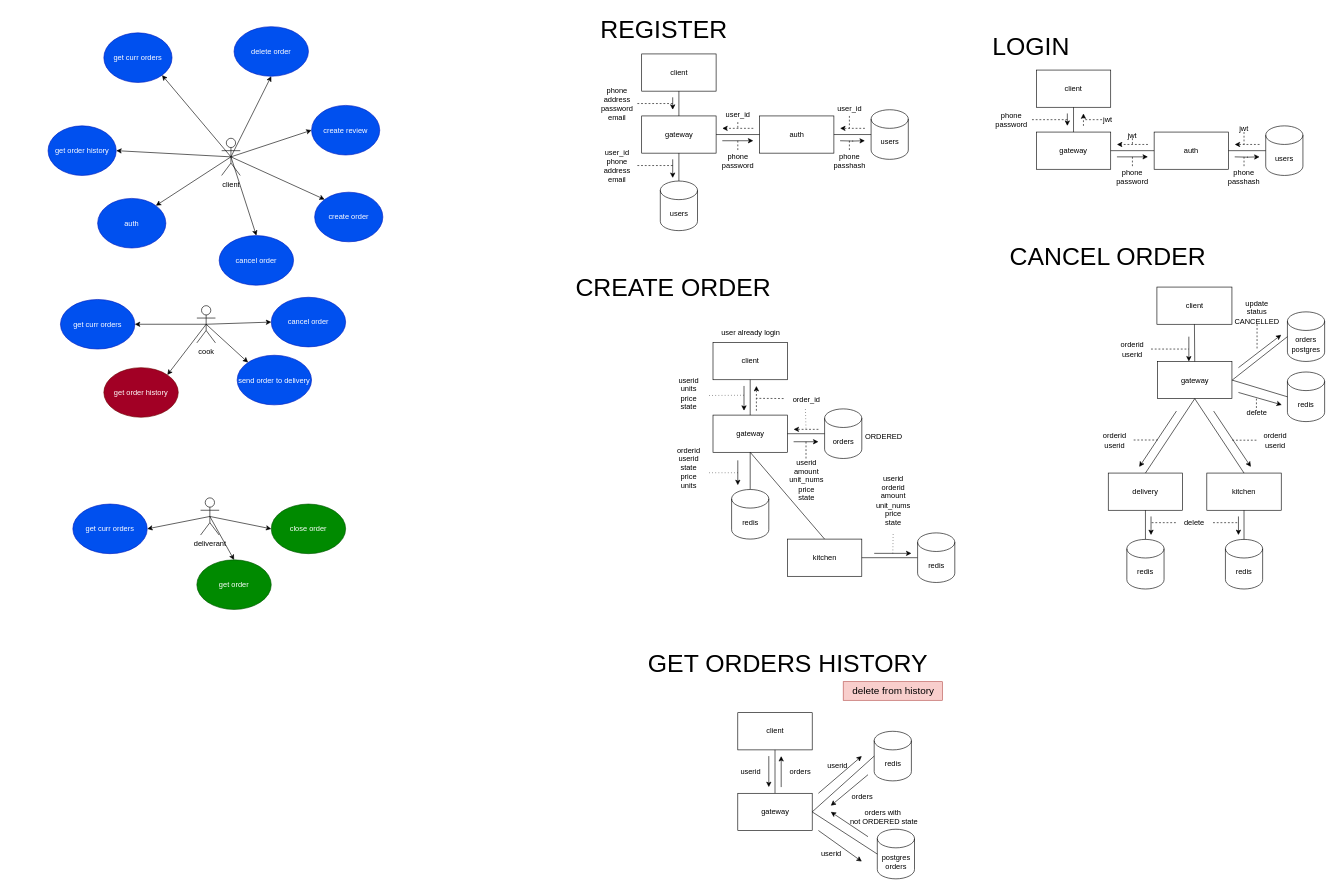
Above: schemas/reqs.drawio in eeQuillibrium/Pizza (draw.io), before the change. Source tidied: cells renumbered, new cells numbered last; positions are measured from the earlier drawing's top-left corner, leaving out a move shared by most shapes. Both pictures are drawn from the tidied source at 62%, with x=0, y=0 at pixel (48, 11).
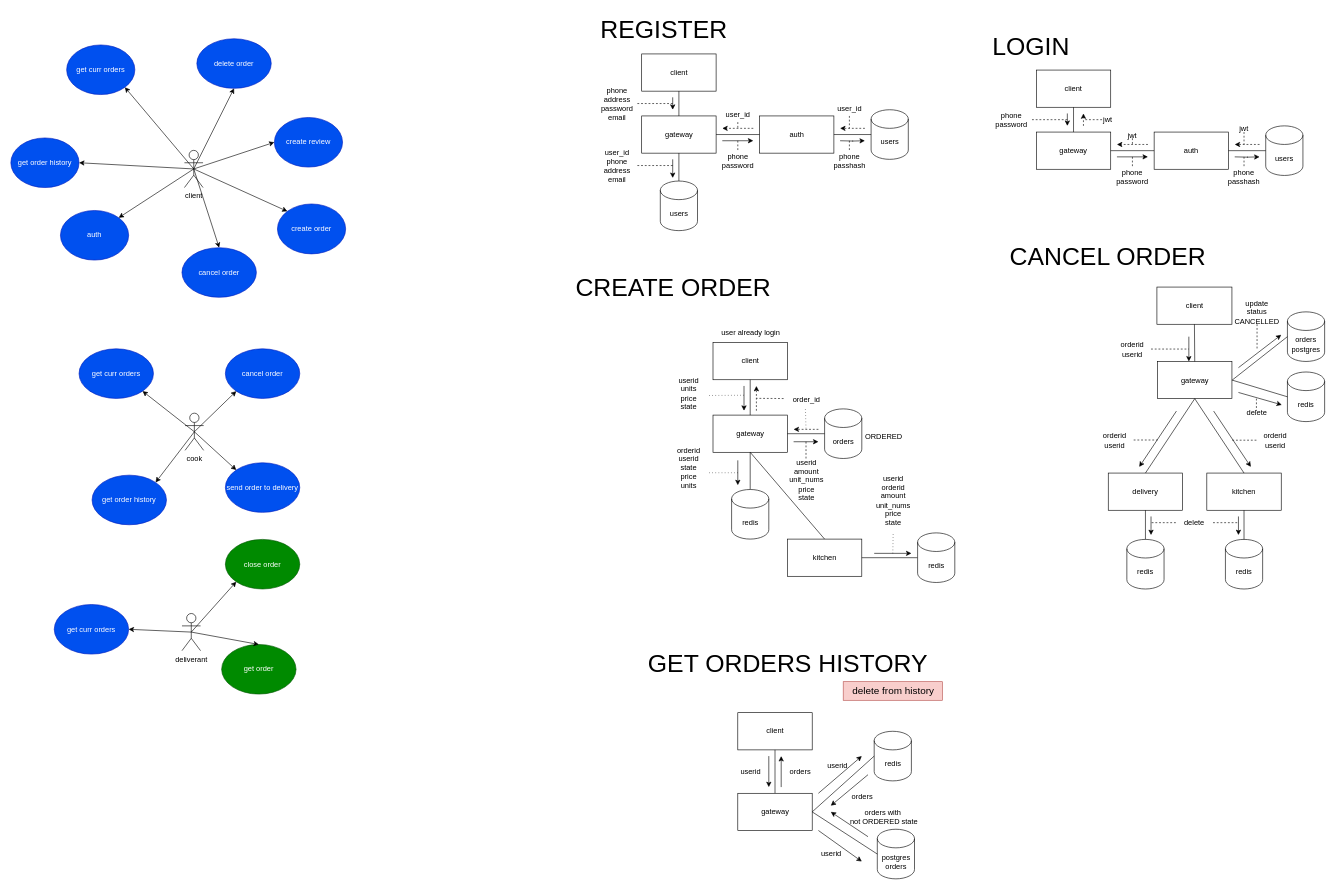
Above is the later version.

What changed in the source:
```diff
@@
     <mxCell id="2" value="client" style="shape=umlActor;verticalLabelPosition=bottom;verticalAlign=top;html=1;outlineConnect=0;" parent="1" vertex="1">
-      <mxGeometry x="280" y="205.5" width="30" height="60" as="geometry" />
+      <mxGeometry x="220" y="225" width="30" height="60" as="geometry" />
     </mxCell>
     <mxCell id="3" value="auth" style="ellipse;whiteSpace=wrap;html=1;fillColor=#0050ef;fontColor=#ffffff;strokeColor=#001DBC;" parent="1" vertex="1">
-      <mxGeometry x="80" y="302.5" width="110" height="80" as="geometry" />
+      <mxGeometry x="20" y="322" width="110" height="80" as="geometry" />
     </mxCell>
     <mxCell id="4" value="create order" style="ellipse;whiteSpace=wrap;html=1;fillColor=#0050ef;strokeColor=#001DBC;fontColor=#ffffff;" parent="1" vertex="1">
-      <mxGeometry x="430" y="292.5" width="110" height="80" as="geometry" />
+      <mxGeometry x="370" y="311.5" width="110" height="80.5" as="geometry" />
     </mxCell>
     <mxCell id="5" value="cancel order" style="ellipse;whiteSpace=wrap;html=1;fillColor=#0050ef;fontColor=#ffffff;strokeColor=#001DBC;" parent="1" vertex="1">
-      <mxGeometry x="276" y="362.5" width="120" height="80" as="geometry" />
+      <mxGeometry x="216" y="382" width="120" height="80" as="geometry" />
     </mxCell>
     <mxCell id="6" value="get order history" style="ellipse;whiteSpace=wrap;html=1;fillColor=#0050ef;fontColor=#ffffff;strokeColor=#001DBC;" parent="1" vertex="1">
-      <mxGeometry y="185.5" width="110" height="80" as="geometry" />
+      <mxGeometry x="-60" y="205" width="110" height="80" as="geometry" />
     </mxCell>
     <mxCell id="7" value="get curr orders" style="ellipse;whiteSpace=wrap;html=1;fillColor=#0050ef;fontColor=#ffffff;strokeColor=#001DBC;" parent="1" vertex="1">
-      <mxGeometry x="90" y="35.5" width="110" height="80" as="geometry" />
+      <mxGeometry x="30" y="55" width="110" height="80" as="geometry" />
     </mxCell>
     <mxCell id="8" value="create review" style="ellipse;whiteSpace=wrap;html=1;fillColor=#0050ef;fontColor=#ffffff;strokeColor=#001DBC;" parent="1" vertex="1">
-      <mxGeometry x="425" y="152.5" width="110" height="80" as="geometry" />
+      <mxGeometry x="365" y="172" width="110" height="80" as="geometry" />
     </mxCell>
@@
     <mxCell id="15" value="cook&lt;div&gt;&lt;br&gt;&lt;/div&gt;" style="shape=umlActor;verticalLabelPosition=bottom;verticalAlign=top;html=1;outlineConnect=0;" parent="1" vertex="1">
-      <mxGeometry x="240" y="475.5" width="30" height="60" as="geometry" />
+      <mxGeometry x="221" y="648.9" width="30" height="60" as="geometry" />
     </mxCell>
     <mxCell id="16" value="get curr orders" style="ellipse;whiteSpace=wrap;html=1;fillColor=#0050ef;fontColor=#ffffff;strokeColor=#001DBC;" parent="1" vertex="1">
-      <mxGeometry x="20" y="465.5" width="120" height="80" as="geometry" />
+      <mxGeometry x="50" y="545.1" width="120" height="80" as="geometry" />
     </mxCell>
-    <mxCell id="17" style="endArrow=classic;html=1;rounded=0;exitX=0.5;exitY=0.5;exitDx=0;exitDy=0;exitPerimeter=0;entryX=1;entryY=0.5;entryDx=0;entryDy=0;" parent="1" edge="1" source="15" target="16">
+    <mxCell id="17" style="endArrow=classic;html=1;rounded=0;exitX=0.5;exitY=0.5;exitDx=0;exitDy=0;exitPerimeter=0;entryX=1;entryY=1;entryDx=0;entryDy=0;" parent="1" edge="1" source="15" target="16">
       <mxGeometry relative="1" as="geometry" />
     </mxCell>
-    <mxCell id="18" value="get order history" style="ellipse;whiteSpace=wrap;html=1;fillColor=#a20025;fontColor=#ffffff;strokeColor=#6F0000;" parent="1" vertex="1">
-      <mxGeometry x="90" y="575.5" width="120" height="80" as="geometry" />
+    <mxCell id="18" value="get order history" style="ellipse;whiteSpace=wrap;html=1;fillColor=#0050ef;fontColor=#ffffff;strokeColor=#001DBC;" parent="1" vertex="1">
+      <mxGeometry x="71" y="748.9" width="120" height="80" as="geometry" />
     </mxCell>
@@
     <mxCell id="20" value="send order to delivery" style="ellipse;whiteSpace=wrap;html=1;fillColor=#0050ef;fontColor=#ffffff;strokeColor=#001DBC;" parent="1" vertex="1">
-      <mxGeometry x="305" y="555.5" width="120" height="80" as="geometry" />
+      <mxGeometry x="286" y="728.9" width="120" height="80" as="geometry" />
     </mxCell>
@@
     <mxCell id="22" value="cancel order" style="ellipse;whiteSpace=wrap;html=1;fillColor=#0050ef;fontColor=#ffffff;strokeColor=#001DBC;" parent="1" vertex="1">
-      <mxGeometry x="360" y="462" width="120" height="80" as="geometry" />
+      <mxGeometry x="286" y="545.1" width="120" height="80" as="geometry" />
     </mxCell>
-    <mxCell id="23" style="endArrow=classic;html=1;rounded=0;exitX=0.5;exitY=0.5;exitDx=0;exitDy=0;exitPerimeter=0;entryX=0;entryY=0.5;entryDx=0;entryDy=0;" parent="1" edge="1" source="15" target="22">
+    <mxCell id="23" style="endArrow=classic;html=1;rounded=0;exitX=0.5;exitY=0.5;exitDx=0;exitDy=0;exitPerimeter=0;entryX=0;entryY=1;entryDx=0;entryDy=0;" parent="1" edge="1" source="15" target="22">
       <mxGeometry relative="1" as="geometry" />
     </mxCell>
     <mxCell id="24" value="deliverant" style="shape=umlActor;verticalLabelPosition=bottom;verticalAlign=top;html=1;outlineConnect=0;" parent="1" vertex="1">
-      <mxGeometry x="246" y="785.5" width="30" height="60" as="geometry" />
+      <mxGeometry x="216" y="972" width="30" height="60" as="geometry" />
     </mxCell>
     <mxCell id="25" value="get curr orders" style="ellipse;whiteSpace=wrap;html=1;fillColor=#0050ef;fontColor=#ffffff;strokeColor=#001DBC;" parent="1" vertex="1">
-      <mxGeometry x="40" y="795.5" width="120" height="80" as="geometry" />
+      <mxGeometry x="10" y="957.5" width="120" height="80" as="geometry" />
     </mxCell>
@@
     <mxCell id="27" value="get order" style="ellipse;whiteSpace=wrap;html=1;fillColor=#008a00;fontColor=#ffffff;strokeColor=#005700;" parent="1" vertex="1">
-      <mxGeometry x="240" y="885.5" width="120" height="80" as="geometry" />
+      <mxGeometry x="280" y="1022" width="120" height="80" as="geometry" />
     </mxCell>
@@
     <mxCell id="29" value="close order" style="ellipse;whiteSpace=wrap;html=1;fillColor=#008a00;fontColor=#ffffff;strokeColor=#005700;" parent="1" vertex="1">
-      <mxGeometry x="360" y="795.5" width="120" height="80" as="geometry" />
+      <mxGeometry x="286" y="852.5" width="120" height="80" as="geometry" />
     </mxCell>
-    <mxCell id="30" style="endArrow=classic;html=1;rounded=0;exitX=0.5;exitY=0.5;exitDx=0;exitDy=0;exitPerimeter=0;entryX=0;entryY=0.5;entryDx=0;entryDy=0;" parent="1" edge="1" source="24" target="29">
+    <mxCell id="30" style="endArrow=classic;html=1;rounded=0;exitX=0.5;exitY=0.5;exitDx=0;exitDy=0;exitPerimeter=0;entryX=0;entryY=1;entryDx=0;entryDy=0;" parent="1" edge="1" source="24" target="29">
       <mxGeometry relative="1" as="geometry" />
     </mxCell>
     <mxCell id="31" value="delete order" style="ellipse;whiteSpace=wrap;html=1;align=center;fillColor=#0050ef;strokeColor=#001DBC;fontColor=#ffffff;" parent="1" vertex="1">
-      <mxGeometry x="300" y="25.5" width="120" height="80" as="geometry" />
+      <mxGeometry x="240" y="45" width="120" height="80" as="geometry" />
     </mxCell>
```
